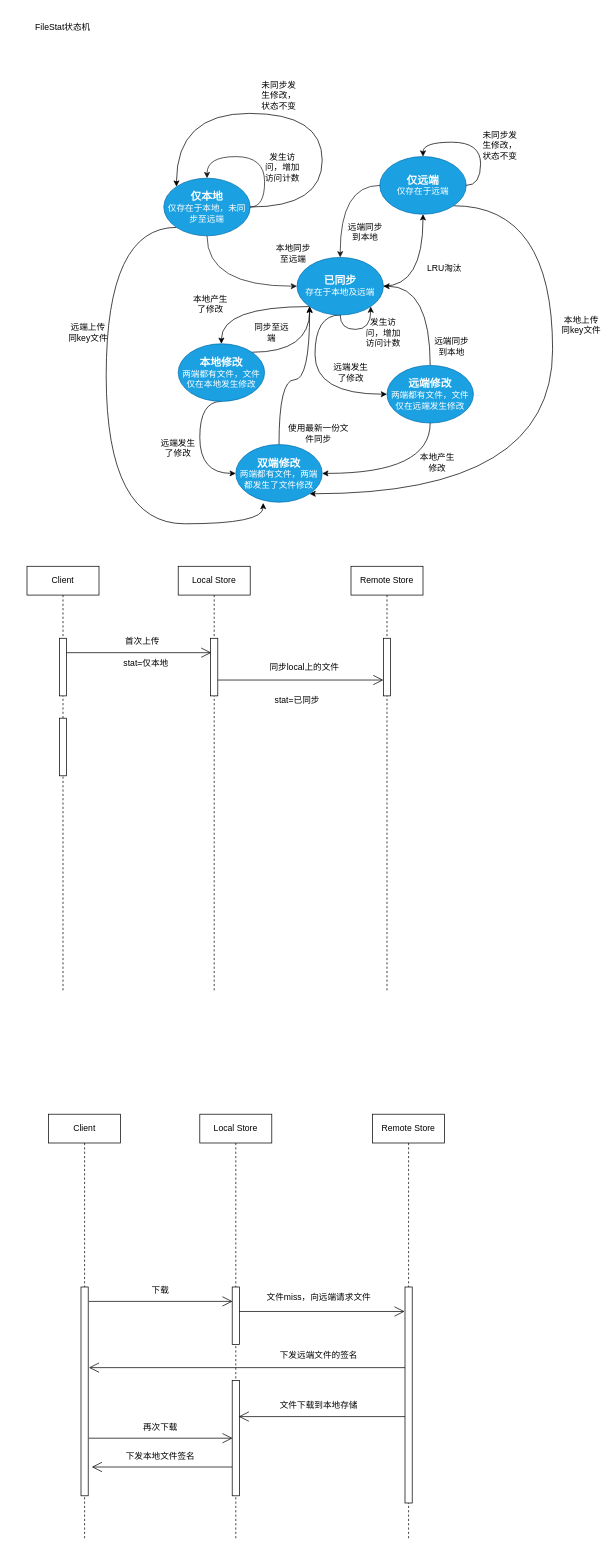
Before: s3-sync-v2.drawio in furick/design, a draw.io diagram. Source tidied: cells renumbered, new cells numbered last; positions are measured from the earlier drawing's top-left corner, leaving out a move shared by most shapes. Both pictures are drawn from the tidied source at 72%, with x=0, y=0 at pixel (19, 12).
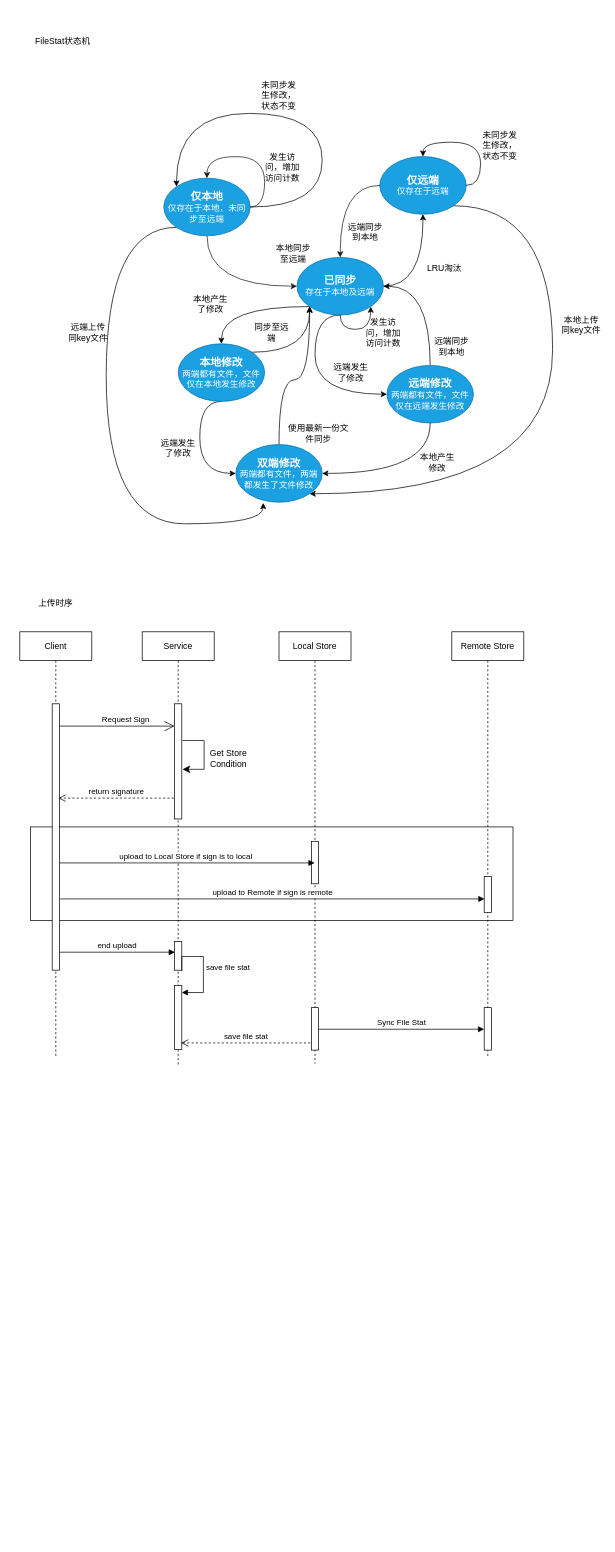
After the change.

What changed in the source:
```diff
@@
+    <mxCell id="73" style="rounded=0;whiteSpace=wrap;html=1;" parent="1" vertex="1">
+      <mxGeometry x="15" y="1131" width="670" height="130" as="geometry" />
+    </mxCell>
     <mxCell id="2" value="FileStat状态机" style="text;html=1;strokeColor=none;fillColor=none;align=center;verticalAlign=middle;whiteSpace=wrap;rounded=0;" parent="1" vertex="1">
-      <mxGeometry width="120" height="40" as="geometry" />
+      <mxGeometry y="20" width="120" height="40" as="geometry" />
     </mxCell>
@@
     <mxCell id="39" value="Local Store" style="shape=umlLifeline;perimeter=lifelinePerimeter;whiteSpace=wrap;html=1;outlineConnect=0;portConstraint=eastwest;newEdgeStyle={&quot;edgeStyle&quot;:&quot;elbowEdgeStyle&quot;,&quot;elbow&quot;:&quot;vertical&quot;,&quot;curved&quot;:0,&quot;rounded&quot;:0};" parent="1" vertex="1">
-      <mxGeometry x="220" y="769" width="100" height="590" as="geometry" />
+      <mxGeometry x="360" y="860" width="100" height="600" as="geometry" />
     </mxCell>
     <mxCell id="40" style="html=1;perimeter=orthogonalPerimeter;targetShapes=umlLifeline;newEdgeStyle={&quot;edgeStyle&quot;:&quot;elbowEdgeStyle&quot;,&quot;elbow&quot;:&quot;vertical&quot;,&quot;curved&quot;:0,&quot;rounded&quot;:0};" parent="39" vertex="1">
-      <mxGeometry x="45" y="100" width="10" height="80" as="geometry" />
+      <mxGeometry x="45" y="291" width="10" height="59" as="geometry" />
     </mxCell>
+    <mxCell id="74" style="html=1;points=[];perimeter=orthogonalPerimeter;outlineConnect=0;targetShapes=umlLifeline;portConstraint=eastwest;newEdgeStyle={&quot;edgeStyle&quot;:&quot;elbowEdgeStyle&quot;,&quot;elbow&quot;:&quot;vertical&quot;,&quot;curved&quot;:0,&quot;rounded&quot;:0};" parent="39" vertex="1">
+      <mxGeometry x="45" y="522" width="10" height="59" as="geometry" />
+    </mxCell>
     <mxCell id="41" value="Remote Store" style="shape=umlLifeline;perimeter=lifelinePerimeter;whiteSpace=wrap;html=1;newEdgeStyle={&quot;edgeStyle&quot;:&quot;elbowEdgeStyle&quot;,&quot;elbow&quot;:&quot;vertical&quot;,&quot;curved&quot;:0,&quot;rounded&quot;:0};" parent="1" vertex="1">
-      <mxGeometry x="460" y="769" width="100" height="590" as="geometry" />
+      <mxGeometry x="600" y="860" width="100" height="590" as="geometry" />
     </mxCell>
     <mxCell id="42" style="html=1;perimeter=orthogonalPerimeter;targetShapes=umlLifeline;newEdgeStyle={&quot;edgeStyle&quot;:&quot;elbowEdgeStyle&quot;,&quot;elbow&quot;:&quot;vertical&quot;,&quot;curved&quot;:0,&quot;rounded&quot;:0};" parent="41" vertex="1">
-      <mxGeometry x="45" y="100" width="10" height="80" as="geometry" />
+      <mxGeometry x="45" y="340" width="10" height="50" as="geometry" />
     </mxCell>
+    <mxCell id="75" style="html=1;points=[];perimeter=orthogonalPerimeter;outlineConnect=0;targetShapes=umlLifeline;portConstraint=eastwest;newEdgeStyle={&quot;edgeStyle&quot;:&quot;elbowEdgeStyle&quot;,&quot;elbow&quot;:&quot;vertical&quot;,&quot;curved&quot;:0,&quot;rounded&quot;:0};" parent="41" vertex="1">
+      <mxGeometry x="45" y="522" width="10" height="59" as="geometry" />
+    </mxCell>
     <mxCell id="43" value="Client" style="shape=umlLifeline;perimeter=lifelinePerimeter;whiteSpace=wrap;html=1;newEdgeStyle={&quot;edgeStyle&quot;:&quot;elbowEdgeStyle&quot;,&quot;elbow&quot;:&quot;vertical&quot;,&quot;curved&quot;:0,&quot;rounded&quot;:0};" parent="1" vertex="1">
-      <mxGeometry x="10" y="769" width="100" height="590" as="geometry" />
+      <mxGeometry y="860" width="100" height="590" as="geometry" />
     </mxCell>
     <mxCell id="44" style="html=1;points=[];perimeter=orthogonalPerimeter;outlineConnect=0;targetShapes=umlLifeline;portConstraint=eastwest;newEdgeStyle={&quot;edgeStyle&quot;:&quot;elbowEdgeStyle&quot;,&quot;elbow&quot;:&quot;vertical&quot;,&quot;curved&quot;:0,&quot;rounded&quot;:0};" parent="43" vertex="1">
-      <mxGeometry x="45" y="100" width="10" height="80" as="geometry" />
+      <mxGeometry x="45" y="100" width="10" height="370" as="geometry" />
     </mxCell>
-    <mxCell id="45" style="html=1;perimeter=orthogonalPerimeter;targetShapes=umlLifeline;newEdgeStyle={&quot;edgeStyle&quot;:&quot;elbowEdgeStyle&quot;,&quot;elbow&quot;:&quot;vertical&quot;,&quot;curved&quot;:0,&quot;rounded&quot;:0};" parent="43" vertex="1">
-      <mxGeometry x="45" y="211" width="10" height="80" as="geometry" />
-    </mxCell>
-    <mxCell id="46" style="endArrow=open;endFill=1;endSize=12;html=1;rounded=0;" parent="1" edge="1" source="44">
-      <mxGeometry relative="1" as="geometry">
-        <mxPoint x="266" y="889" as="targetPoint" />
-      </mxGeometry>
-    </mxCell>
-    <mxCell id="47" value="首次上传" style="text;html=1;align=center;verticalAlign=middle;strokeColor=none;fillColor=none;" parent="1" vertex="1">
-      <mxGeometry x="135" y="859" width="70" height="30" as="geometry" />
-    </mxCell>
-    <mxCell id="48" value="stat=仅本地" style="text;html=1;align=center;verticalAlign=middle;strokeColor=none;fillColor=none;" parent="1" vertex="1">
-      <mxGeometry x="130" y="889" width="90" height="30" as="geometry" />
-    </mxCell>
-    <mxCell id="49" style="endArrow=open;endFill=1;endSize=12;html=1;rounded=0;" parent="1" edge="1">
-      <mxGeometry relative="1" as="geometry">
-        <mxPoint x="275" y="927" as="sourcePoint" />
-        <mxPoint x="505" y="927" as="targetPoint" />
-      </mxGeometry>
-    </mxCell>
-    <mxCell id="50" value="同步local上的文件" style="text;html=1;align=center;verticalAlign=middle;strokeColor=none;fillColor=none;" parent="1" vertex="1">
-      <mxGeometry x="335" y="895" width="120" height="30" as="geometry" />
-    </mxCell>
-    <mxCell id="51" value="Local Store" style="shape=umlLifeline;perimeter=lifelinePerimeter;whiteSpace=wrap;html=1;newEdgeStyle={&quot;edgeStyle&quot;:&quot;elbowEdgeStyle&quot;,&quot;elbow&quot;:&quot;vertical&quot;,&quot;curved&quot;:0,&quot;rounded&quot;:0};" parent="1" vertex="1">
-      <mxGeometry x="250" y="1530" width="100" height="590" as="geometry" />
-    </mxCell>
-    <mxCell id="52" style="html=1;perimeter=orthogonalPerimeter;targetShapes=umlLifeline;newEdgeStyle={&quot;edgeStyle&quot;:&quot;elbowEdgeStyle&quot;,&quot;elbow&quot;:&quot;vertical&quot;,&quot;curved&quot;:0,&quot;rounded&quot;:0};" parent="51" vertex="1">
-      <mxGeometry x="45" y="240" width="10" height="80" as="geometry" />
-    </mxCell>
-    <mxCell id="53" style="html=1;points=[];perimeter=orthogonalPerimeter;outlineConnect=0;targetShapes=umlLifeline;portConstraint=eastwest;newEdgeStyle={&quot;edgeStyle&quot;:&quot;elbowEdgeStyle&quot;,&quot;elbow&quot;:&quot;vertical&quot;,&quot;curved&quot;:0,&quot;rounded&quot;:0};" parent="51" vertex="1">
-      <mxGeometry x="45" y="370" width="10" height="160" as="geometry" />
-    </mxCell>
-    <mxCell id="54" value="Remote Store" style="shape=umlLifeline;perimeter=lifelinePerimeter;whiteSpace=wrap;html=1;newEdgeStyle={&quot;edgeStyle&quot;:&quot;elbowEdgeStyle&quot;,&quot;elbow&quot;:&quot;vertical&quot;,&quot;curved&quot;:0,&quot;rounded&quot;:0};" parent="1" vertex="1">
-      <mxGeometry x="490" y="1530" width="100" height="590" as="geometry" />
-    </mxCell>
-    <mxCell id="55" style="html=1;points=[];perimeter=orthogonalPerimeter;outlineConnect=0;targetShapes=umlLifeline;portConstraint=eastwest;newEdgeStyle={&quot;edgeStyle&quot;:&quot;elbowEdgeStyle&quot;,&quot;elbow&quot;:&quot;vertical&quot;,&quot;curved&quot;:0,&quot;rounded&quot;:0};" parent="54" vertex="1">
-      <mxGeometry x="45" y="240" width="10" height="300" as="geometry" />
-    </mxCell>
-    <mxCell id="56" value="Client" style="shape=umlLifeline;perimeter=lifelinePerimeter;whiteSpace=wrap;html=1;newEdgeStyle={&quot;edgeStyle&quot;:&quot;elbowEdgeStyle&quot;,&quot;elbow&quot;:&quot;vertical&quot;,&quot;curved&quot;:0,&quot;rounded&quot;:0};" parent="1" vertex="1">
-      <mxGeometry x="40" y="1530" width="100" height="590" as="geometry" />
-    </mxCell>
-    <mxCell id="57" style="html=1;perimeter=orthogonalPerimeter;targetShapes=umlLifeline;newEdgeStyle={&quot;edgeStyle&quot;:&quot;elbowEdgeStyle&quot;,&quot;elbow&quot;:&quot;vertical&quot;,&quot;curved&quot;:0,&quot;rounded&quot;:0};" parent="56" vertex="1">
-      <mxGeometry x="45" y="240" width="10" height="290" as="geometry" />
-    </mxCell>
-    <mxCell id="58" style="endArrow=open;endFill=1;endSize=12;html=1;rounded=0;" parent="1" edge="1">
-      <mxGeometry relative="1" as="geometry">
-        <mxPoint x="96" y="1790" as="sourcePoint" />
-        <mxPoint x="295.5" y="1790" as="targetPoint" />
-      </mxGeometry>
-    </mxCell>
-    <mxCell id="59" value="下载" style="text;html=1;align=center;verticalAlign=middle;strokeColor=none;fillColor=none;" parent="1" vertex="1">
-      <mxGeometry x="170" y="1760" width="50" height="30" as="geometry" />
-    </mxCell>
-    <mxCell id="60" style="endArrow=open;endFill=1;endSize=12;html=1;rounded=0;" parent="1" edge="1">
-      <mxGeometry relative="1" as="geometry">
-        <mxPoint x="305" y="1804" as="sourcePoint" />
-        <mxPoint x="534.5" y="1804" as="targetPoint" />
-      </mxGeometry>
-    </mxCell>
-    <mxCell id="61" value="文件miss，向远端请求文件" style="text;html=1;align=center;verticalAlign=middle;strokeColor=none;fillColor=none;" parent="1" vertex="1">
-      <mxGeometry x="330" y="1770" width="170" height="30" as="geometry" />
-    </mxCell>
-    <mxCell id="62" style="endArrow=open;endFill=1;endSize=12;html=1;rounded=0;" parent="1" edge="1">
-      <mxGeometry relative="1" as="geometry">
-        <mxPoint x="535" y="1882" as="sourcePoint" />
-        <mxPoint x="96" y="1882" as="targetPoint" />
-      </mxGeometry>
-    </mxCell>
-    <mxCell id="63" value="下发远端文件的签名" style="text;html=1;align=center;verticalAlign=middle;strokeColor=none;fillColor=none;" parent="1" vertex="1">
-      <mxGeometry x="350" y="1850" width="130" height="30" as="geometry" />
-    </mxCell>
-    <mxCell id="64" style="endArrow=open;endFill=1;endSize=12;html=1;rounded=0;" parent="1" edge="1" source="55">
-      <mxGeometry relative="1" as="geometry">
-        <mxPoint x="304" y="1950" as="targetPoint" />
-      </mxGeometry>
-    </mxCell>
-    <mxCell id="65" value="文件下载到本地存储" style="text;html=1;align=center;verticalAlign=middle;strokeColor=none;fillColor=none;" parent="1" vertex="1">
-      <mxGeometry x="350" y="1920" width="130" height="30" as="geometry" />
-    </mxCell>
-    <mxCell id="66" style="endArrow=open;endFill=1;endSize=12;html=1;rounded=0;" parent="1" edge="1">
-      <mxGeometry relative="1" as="geometry">
-        <mxPoint x="96" y="1980" as="sourcePoint" />
-        <mxPoint x="295.5" y="1980" as="targetPoint" />
-      </mxGeometry>
-    </mxCell>
-    <mxCell id="67" value="再次下载" style="text;html=1;align=center;verticalAlign=middle;strokeColor=none;fillColor=none;" parent="1" vertex="1">
-      <mxGeometry x="160" y="1950" width="70" height="30" as="geometry" />
-    </mxCell>
-    <mxCell id="68" style="endArrow=open;endFill=1;endSize=12;html=1;rounded=0;" parent="1" edge="1" source="53">
-      <mxGeometry relative="1" as="geometry">
-        <mxPoint x="100" y="2020" as="targetPoint" />
-      </mxGeometry>
-    </mxCell>
-    <mxCell id="69" value="下发本地文件签名" style="text;html=1;align=center;verticalAlign=middle;strokeColor=none;fillColor=none;" parent="1" vertex="1">
-      <mxGeometry x="135" y="1990" width="120" height="30" as="geometry" />
-    </mxCell>
-    <mxCell id="70" value="stat=已同步" style="text;html=1;align=center;verticalAlign=middle;strokeColor=none;fillColor=none;" parent="1" vertex="1">
-      <mxGeometry x="340" y="940" width="90" height="30" as="geometry" />
-    </mxCell>
@@
+    <mxCell id="76" value="Service" style="shape=umlLifeline;perimeter=lifelinePerimeter;whiteSpace=wrap;html=1;newEdgeStyle={&quot;edgeStyle&quot;:&quot;elbowEdgeStyle&quot;,&quot;elbow&quot;:&quot;vertical&quot;,&quot;curved&quot;:0,&quot;rounded&quot;:0};" parent="1" vertex="1">
+      <mxGeometry x="170" y="860" width="100" height="601" as="geometry" />
+    </mxCell>
+    <mxCell id="77" style="html=1;perimeter=orthogonalPerimeter;targetShapes=umlLifeline;newEdgeStyle={&quot;edgeStyle&quot;:&quot;elbowEdgeStyle&quot;,&quot;elbow&quot;:&quot;vertical&quot;,&quot;curved&quot;:0,&quot;rounded&quot;:0};" parent="76" vertex="1">
+      <mxGeometry x="45" y="100" width="10" height="160" as="geometry" />
+    </mxCell>
+    <mxCell id="78" style="html=1;perimeter=orthogonalPerimeter;targetShapes=umlLifeline;newEdgeStyle={&quot;edgeStyle&quot;:&quot;elbowEdgeStyle&quot;,&quot;elbow&quot;:&quot;vertical&quot;,&quot;curved&quot;:0,&quot;rounded&quot;:0};" parent="76" vertex="1">
+      <mxGeometry x="45" y="430" width="10" height="40" as="geometry" />
+    </mxCell>
+    <mxCell id="79" style="html=1;points=[];perimeter=orthogonalPerimeter;outlineConnect=0;targetShapes=umlLifeline;portConstraint=eastwest;newEdgeStyle={&quot;edgeStyle&quot;:&quot;elbowEdgeStyle&quot;,&quot;elbow&quot;:&quot;vertical&quot;,&quot;curved&quot;:0,&quot;rounded&quot;:0};" parent="76" vertex="1">
+      <mxGeometry x="45" y="491" width="10" height="89" as="geometry" />
+    </mxCell>
+    <mxCell id="80" value="save file stat" style="html=1;align=left;spacingLeft=2;endArrow=block;rounded=0;edgeStyle=orthogonalEdgeStyle;curved=0;rounded=0;" parent="76" edge="1" target="79">
+      <mxGeometry relative="1" as="geometry">
+        <mxPoint x="55" y="471" as="sourcePoint" />
+        <Array as="points">
+          <mxPoint x="55" y="451" />
+          <mxPoint x="85" y="451" />
+          <mxPoint x="85" y="501" />
+        </Array>
+      </mxGeometry>
+    </mxCell>
+    <mxCell id="81" style="endArrow=open;endFill=1;endSize=12;html=1;rounded=0;" parent="1" edge="1">
+      <mxGeometry relative="1" as="geometry">
+        <mxPoint x="55" y="991" as="sourcePoint" />
+        <mxPoint x="215" y="991" as="targetPoint" />
+      </mxGeometry>
+    </mxCell>
+    <mxCell id="82" value="Request Sign" style="edgeLabel;html=1;align=center;verticalAlign=middle;" parent="81" vertex="1">
+      <mxGeometry x="0.14" y="4" relative="1" as="geometry">
+        <mxPoint y="-6" as="offset" />
+      </mxGeometry>
+    </mxCell>
+    <mxCell id="83" style="edgeStyle=elbowEdgeStyle;elbow=horizontal;endArrow=classic;html=1;curved=0;rounded=0;endSize=8;startSize=8;" parent="1" edge="1">
+      <mxGeometry relative="1" as="geometry">
+        <mxPoint x="226" y="1011" as="sourcePoint" />
+        <mxPoint x="226" y="1051" as="targetPoint" />
+        <Array as="points">
+          <mxPoint x="256" y="1051" />
+          <mxPoint x="276" y="1031" />
+        </Array>
+      </mxGeometry>
+    </mxCell>
+    <mxCell id="84" value="Get Store Condition" style="text;html=1;strokeColor=none;fillColor=none;align=center;verticalAlign=middle;whiteSpace=wrap;rounded=0;" parent="1" vertex="1">
+      <mxGeometry x="260" y="1021" width="60" height="30" as="geometry" />
+    </mxCell>
+    <mxCell id="85" value="return signature" style="html=1;verticalAlign=bottom;endArrow=open;dashed=1;endSize=8;edgeStyle=elbowEdgeStyle;elbow=vertical;curved=0;rounded=0;" parent="1" edge="1">
+      <mxGeometry relative="1" as="geometry">
+        <mxPoint x="214" y="1091" as="sourcePoint" />
+        <mxPoint x="53.5" y="1091" as="targetPoint" />
+      </mxGeometry>
+    </mxCell>
+    <mxCell id="86" value="upload to Local Store if sign is to local&amp;nbsp;" style="html=1;verticalAlign=bottom;endArrow=block;edgeStyle=elbowEdgeStyle;elbow=vertical;curved=0;rounded=0;" parent="1" edge="1" target="39">
+      <mxGeometry relative="1" as="geometry">
+        <mxPoint x="55" y="1181" as="sourcePoint" />
+      </mxGeometry>
+    </mxCell>
+    <mxCell id="87" value="upload to Remote if sign is remote" style="html=1;verticalAlign=bottom;endArrow=block;edgeStyle=elbowEdgeStyle;elbow=vertical;curved=0;rounded=0;" parent="1" edge="1">
+      <mxGeometry relative="1" as="geometry">
+        <mxPoint x="56" y="1231" as="sourcePoint" />
+        <mxPoint x="645.5" y="1231" as="targetPoint" />
+      </mxGeometry>
+    </mxCell>
+    <mxCell id="88" value="end upload" style="html=1;verticalAlign=bottom;endArrow=block;edgeStyle=elbowEdgeStyle;elbow=vertical;curved=0;rounded=0;" parent="1" edge="1" source="44">
+      <mxGeometry relative="1" as="geometry">
+        <mxPoint x="215.5" y="1305" as="targetPoint" />
+        <Array as="points">
+          <mxPoint x="66" y="1305" />
+        </Array>
+      </mxGeometry>
+    </mxCell>
+    <mxCell id="89" value="Sync File Stat" style="html=1;verticalAlign=bottom;endArrow=block;edgeStyle=elbowEdgeStyle;elbow=vertical;curved=0;rounded=0;" parent="1" edge="1" source="74" target="75">
+      <mxGeometry relative="1" as="geometry" />
+    </mxCell>
+    <mxCell id="90" value="save file stat" style="html=1;verticalAlign=bottom;endArrow=open;dashed=1;endSize=8;edgeStyle=elbowEdgeStyle;elbow=vertical;curved=0;rounded=0;" parent="1" edge="1">
+      <mxGeometry relative="1" as="geometry">
+        <mxPoint x="403.5" y="1431" as="sourcePoint" />
+        <mxPoint x="224" y="1431" as="targetPoint" />
+      </mxGeometry>
+    </mxCell>
+    <mxCell id="91" value="上传时序" style="text;html=1;strokeColor=none;fillColor=none;align=center;verticalAlign=middle;whiteSpace=wrap;rounded=0;" parent="1" vertex="1">
+      <mxGeometry x="-10" y="800" width="120" height="40" as="geometry" />
+    </mxCell>
```
